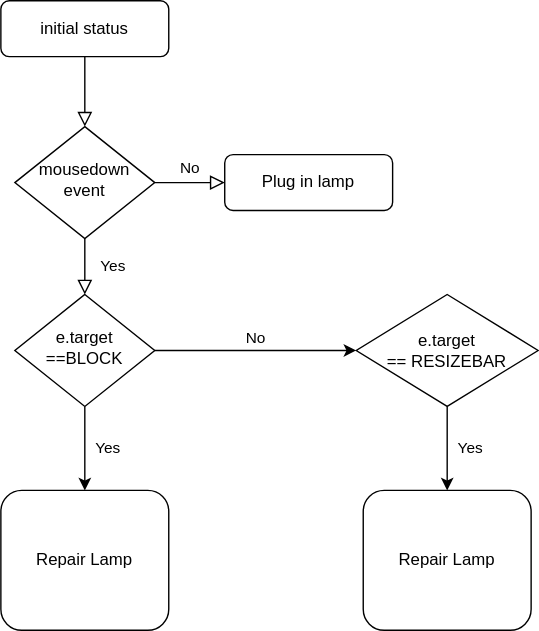
Earlier version of the draw.io export Bigrnac/Bigrnac.svg (wonjinYi/wonjinLab). Source tidied: cells renumbered, new cells last; positions are measured from the earlier drawing's top-left corner, leaving out a move shared by most shapes.
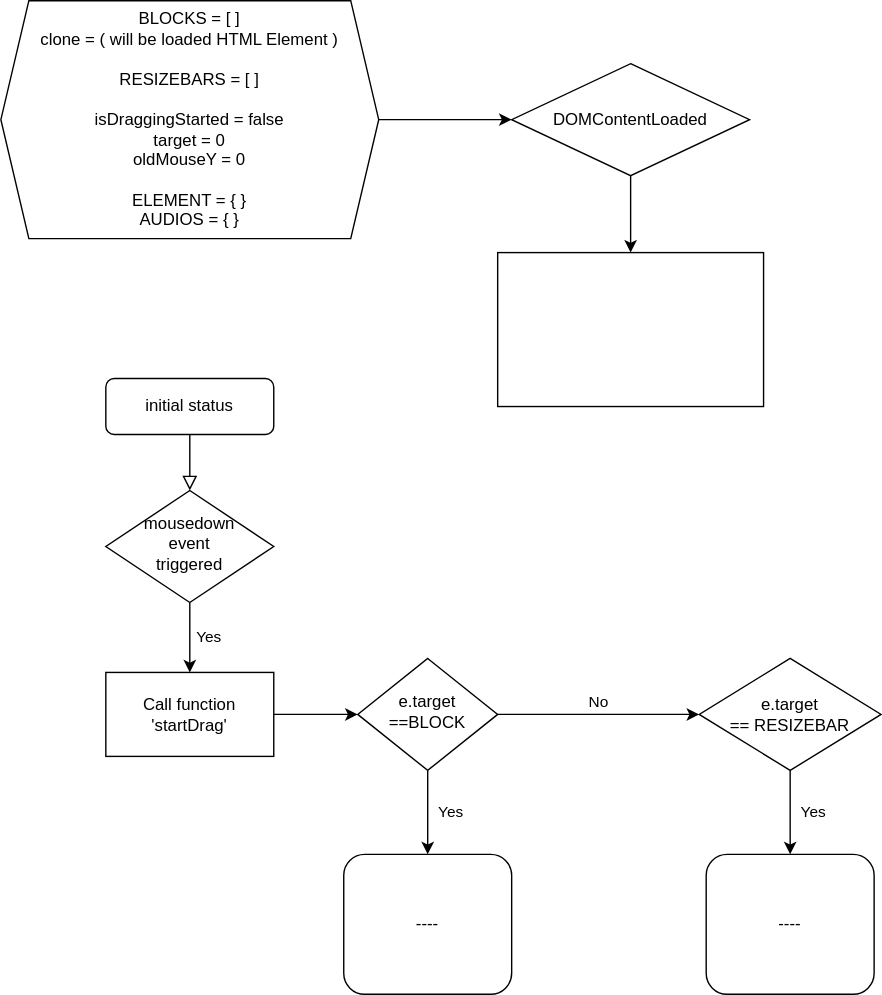
The same file after the commit.

The edit, as a diff of the source:
```diff
@@ -6,20 +6,14 @@
       <mxGeometry relative="1" as="geometry" />
     </mxCell>
     <mxCell id="3" value="initial status" style="rounded=1;whiteSpace=wrap;html=1;fontSize=12;glass=0;strokeWidth=1;shadow=0;" parent="1" vertex="1">
-      <mxGeometry width="120" height="40" as="geometry" />
+      <mxGeometry x="-170" y="10" width="120" height="40" as="geometry" />
     </mxCell>
-    <mxCell id="4" value="Yes" style="rounded=0;html=1;jettySize=auto;fontSize=11;endArrow=block;endFill=0;endSize=8;strokeWidth=1;shadow=0;labelBackgroundColor=none;edgeStyle=orthogonalEdgeStyle;" parent="1" edge="1" source="6" target="10">
-      <mxGeometry y="20" relative="1" as="geometry" />
+    <mxCell id="4" value="&amp;nbsp;Yes" style="edgeStyle=orthogonalEdgeStyle;rounded=0;jettySize=auto;html=1;exitX=0.5;exitY=1;exitDx=0;exitDy=0;entryX=0.5;entryY=0;entryDx=0;entryDy=0;shadow=0;align=left;labelPosition=right;verticalLabelPosition=middle;verticalAlign=middle;" parent="1" edge="1" source="6" target="16">
+      <mxGeometry relative="1" as="geometry" />
     </mxCell>
-    <mxCell id="5" value="No" style="edgeStyle=orthogonalEdgeStyle;rounded=0;html=1;jettySize=auto;fontSize=11;endArrow=block;endFill=0;endSize=8;strokeWidth=1;shadow=0;labelBackgroundColor=none;" parent="1" edge="1" source="6" target="7">
-      <mxGeometry y="10" relative="1" as="geometry" />
-    </mxCell>
-    <mxCell id="6" value="mousedown&lt;br&gt;event" style="rhombus;whiteSpace=wrap;html=1;shadow=0;fontFamily=Helvetica;fontSize=12;align=center;strokeWidth=1;spacing=6;spacingTop=-4;" parent="1" vertex="1">
-      <mxGeometry x="10" y="90" width="100" height="80" as="geometry" />
+    <mxCell id="6" value="mousedown&lt;br&gt;event&lt;br&gt;triggered" style="rhombus;whiteSpace=wrap;html=1;shadow=0;fontFamily=Helvetica;fontSize=12;align=center;strokeWidth=1;spacing=6;spacingTop=-4;" parent="1" vertex="1">
+      <mxGeometry x="-170" y="90" width="120" height="80" as="geometry" />
     </mxCell>
-    <mxCell id="7" value="Plug in lamp" style="rounded=1;whiteSpace=wrap;html=1;fontSize=12;glass=0;strokeWidth=1;shadow=0;" parent="1" vertex="1">
-      <mxGeometry x="160" y="110" width="120" height="40" as="geometry" />
-    </mxCell>
     <mxCell id="8" value="No" style="edgeStyle=orthogonalEdgeStyle;rounded=0;jettySize=auto;html=1;exitX=1;exitY=0.5;exitDx=0;exitDy=0;entryX=0;entryY=0.5;entryDx=0;entryDy=0;shadow=0;labelPosition=center;verticalLabelPosition=top;align=center;verticalAlign=bottom;" parent="1" edge="1" source="10" target="12">
       <mxGeometry relative="1" as="geometry" />
     </mxCell>
@@ -29,7 +23,7 @@
     <mxCell id="10" value="e.target&lt;br&gt;==BLOCK" style="rhombus;whiteSpace=wrap;html=1;shadow=0;fontFamily=Helvetica;fontSize=12;align=center;strokeWidth=1;spacing=6;spacingTop=-4;" parent="1" vertex="1">
       <mxGeometry x="10" y="210" width="100" height="80" as="geometry" />
     </mxCell>
-    <mxCell id="11" value="Repair Lamp" style="rounded=1;whiteSpace=wrap;html=1;fontSize=12;glass=0;strokeWidth=1;shadow=0;" parent="1" vertex="1">
+    <mxCell id="11" value="----" style="rounded=1;whiteSpace=wrap;html=1;fontSize=12;glass=0;strokeWidth=1;shadow=0;" parent="1" vertex="1">
       <mxGeometry y="350" width="120" height="100" as="geometry" />
     </mxCell>
     <mxCell id="12" value="e.target&lt;br&gt;== RESIZEBAR" style="rhombus;whiteSpace=wrap;html=1;" parent="1" vertex="1">
@@ -40,8 +34,29 @@
         <mxPoint x="319" y="290" as="sourcePoint" />
       </mxGeometry>
     </mxCell>
-    <mxCell id="14" value="Repair Lamp" style="rounded=1;whiteSpace=wrap;html=1;fontSize=12;glass=0;strokeWidth=1;shadow=0;" parent="1" vertex="1">
+    <mxCell id="14" value="----" style="rounded=1;whiteSpace=wrap;html=1;fontSize=12;glass=0;strokeWidth=1;shadow=0;" parent="1" vertex="1">
       <mxGeometry x="259" y="350" width="120" height="100" as="geometry" />
     </mxCell>
+    <mxCell id="15" style="edgeStyle=orthogonalEdgeStyle;rounded=0;jettySize=auto;html=1;exitX=1;exitY=0.5;exitDx=0;exitDy=0;entryX=0;entryY=0.5;entryDx=0;entryDy=0;shadow=0;align=left;" parent="1" edge="1" source="16" target="10">
+      <mxGeometry relative="1" as="geometry" />
+    </mxCell>
+    <mxCell id="16" value="Call function&lt;br&gt;'startDrag'" style="rounded=0;whiteSpace=wrap;html=1;" parent="1" vertex="1">
+      <mxGeometry x="-170" y="220" width="120" height="60" as="geometry" />
+    </mxCell>
+    <mxCell id="17" style="edgeStyle=orthogonalEdgeStyle;rounded=0;jettySize=auto;html=1;exitX=1;exitY=0.5;exitDx=0;exitDy=0;entryX=0;entryY=0.5;entryDx=0;entryDy=0;shadow=0;align=left;" parent="1" edge="1" source="18" target="20">
+      <mxGeometry relative="1" as="geometry" />
+    </mxCell>
+    <mxCell id="18" value="BLOCKS = [ ]&lt;br&gt;clone = ( will be loaded HTML Element )&lt;br&gt;&lt;br&gt;RESIZEBARS = [ ]&lt;br&gt;&lt;br&gt;isDraggingStarted = false&lt;br&gt;target = 0&lt;br&gt;oldMouseY = 0&lt;br&gt;&lt;br&gt;ELEMENT = { }&lt;br&gt;AUDIOS = { }" style="shape=hexagon;perimeter=hexagonPerimeter2;whiteSpace=wrap;html=1;fixedSize=1;" parent="1" vertex="1">
+      <mxGeometry x="-245" y="-260" width="270" height="170" as="geometry" />
+    </mxCell>
+    <mxCell id="19" style="edgeStyle=orthogonalEdgeStyle;rounded=0;jettySize=auto;html=1;exitX=0.5;exitY=1;exitDx=0;exitDy=0;entryX=0.5;entryY=0;entryDx=0;entryDy=0;shadow=0;align=left;" parent="1" edge="1" source="20" target="21">
+      <mxGeometry relative="1" as="geometry" />
+    </mxCell>
+    <mxCell id="20" value="DOMContentLoaded" style="rhombus;whiteSpace=wrap;html=1;" parent="1" vertex="1">
+      <mxGeometry x="120" y="-215" width="170" height="80" as="geometry" />
+    </mxCell>
+    <mxCell id="21" style="rounded=0;whiteSpace=wrap;html=1;" parent="1" vertex="1">
+      <mxGeometry x="110" y="-80" width="190" height="110" as="geometry" />
+    </mxCell>
   </root>
 </mxGraphModel>
```
